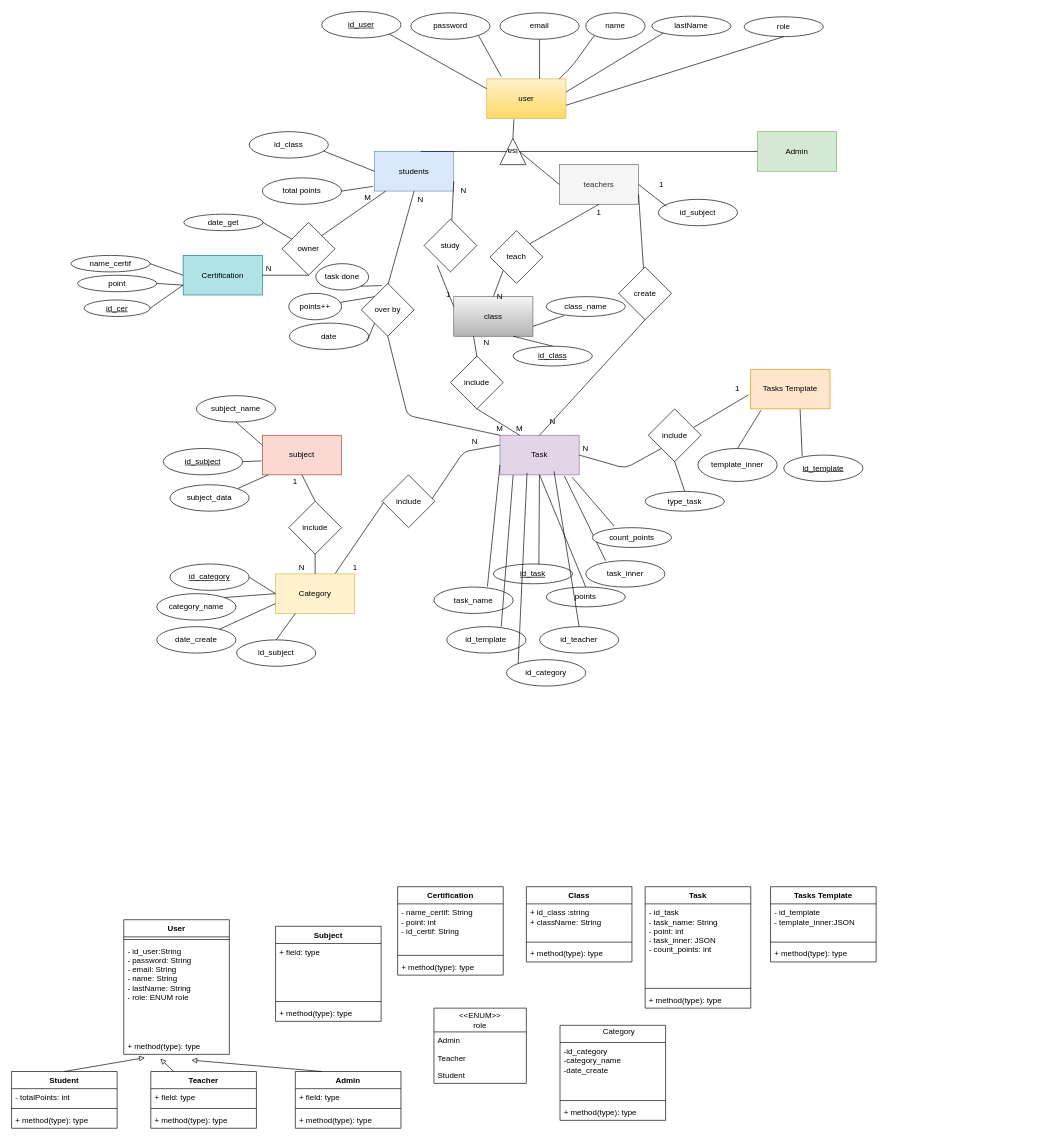
alsousha/projectFinish keeps this draw.io diagram as ERD_Class_diagram.drawio. Above is the earlier version. Source tidied: cells renumbered, new cells numbered last; positions are measured from the earlier drawing's top-left corner, leaving out a move shared by most shapes. Both pictures are drawn from the tidied source at 66%, with x=0, y=0 at pixel (11, 11).
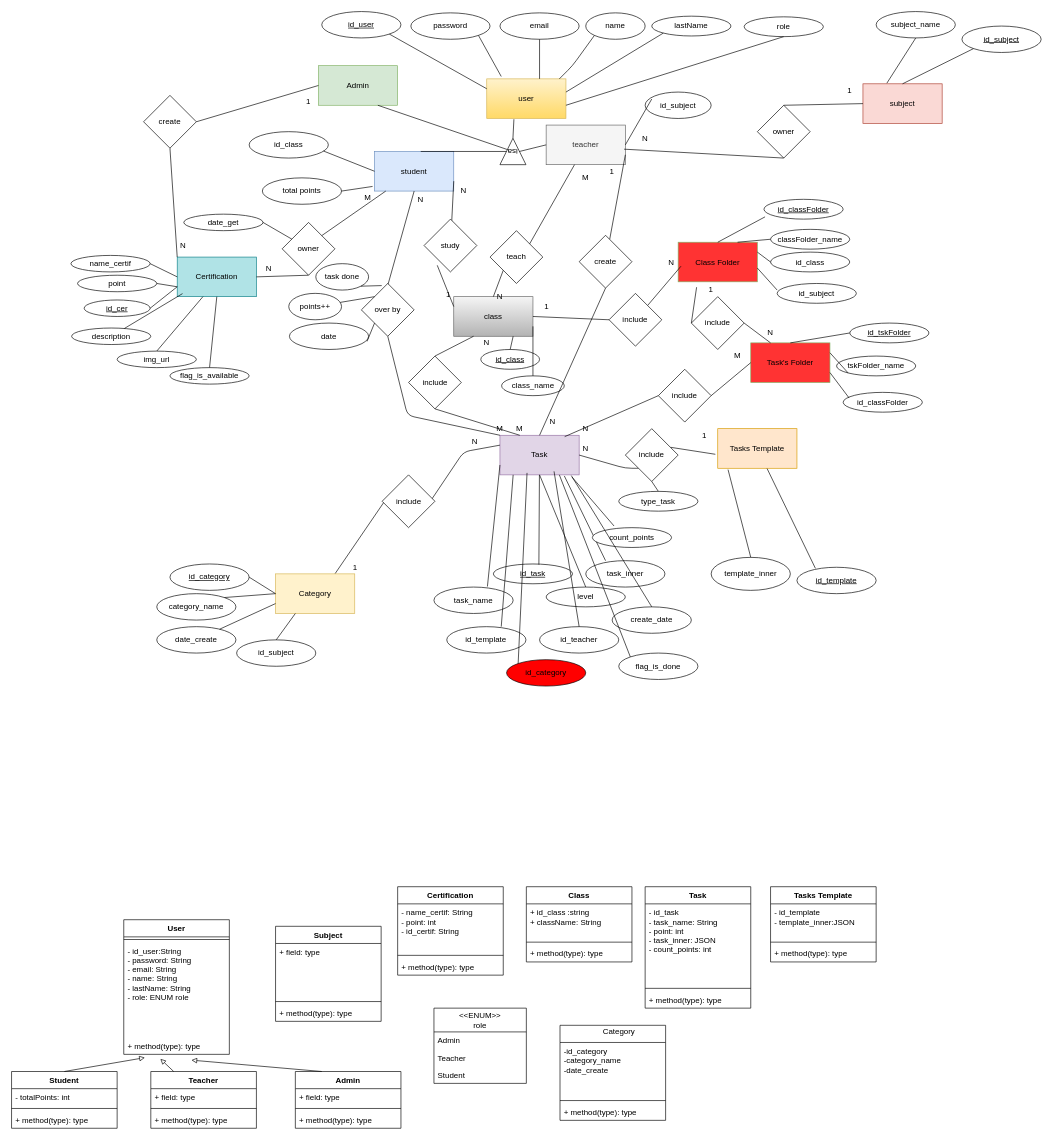
The same page after the edit.

The change refers to these unchanged cells:
```xml
<mxCell id="11" value="isa" style="triangle;whiteSpace=wrap;html=1;rotation=-180;direction=south;" parent="1" vertex="1">
  <mxGeometry x="740" y="192" width="39.4" height="40" as="geometry" />
</mxCell>
<mxCell id="14" value="Task" style="rounded=0;whiteSpace=wrap;html=1;fillColor=#e1d5e7;strokeColor=#9673a6;" parent="1" vertex="1">
  <mxGeometry x="740" y="642" width="120" height="60" as="geometry" />
</mxCell>
<mxCell id="27" value="class" style="rounded=0;whiteSpace=wrap;html=1;gradientColor=#b3b3b3;fillColor=#f5f5f5;strokeColor=#666666;" parent="1" vertex="1">
  <mxGeometry x="670" y="432" width="120" height="60" as="geometry" />
</mxCell>
<mxCell id="64" value="teach" style="rhombus;whiteSpace=wrap;html=1;direction=south;" parent="1" vertex="1">
  <mxGeometry x="725" y="332" width="80" height="80" as="geometry" />
</mxCell>
<mxCell id="148" value="Category" style="rounded=0;whiteSpace=wrap;html=1;fillColor=#fff2cc;strokeColor=#d6b656;" parent="1" vertex="1">
  <mxGeometry x="400" y="852" width="120" height="60" as="geometry" />
</mxCell>
```

What changed in the source:
```diff
@@
-    <mxCell id="2" value="students" style="rounded=0;whiteSpace=wrap;html=1;fillColor=#dae8fc;strokeColor=#6c8ebf;" parent="1" vertex="1">
+    <mxCell id="2" value="student" style="rounded=0;whiteSpace=wrap;html=1;fillColor=#dae8fc;strokeColor=#6c8ebf;" parent="1" vertex="1">
       <mxGeometry x="550" y="212" width="120" height="60" as="geometry" />
     </mxCell>
-    <mxCell id="3" value="teachers" style="rounded=0;whiteSpace=wrap;html=1;fillColor=#f5f5f5;strokeColor=#666666;fontColor=#333333;" parent="1" vertex="1">
-      <mxGeometry x="830" y="232" width="120" height="60" as="geometry" />
+    <mxCell id="3" value="teacher" style="rounded=0;whiteSpace=wrap;html=1;fillColor=#f5f5f5;strokeColor=#666666;fontColor=#333333;" parent="1" vertex="1">
+      <mxGeometry x="810" y="172" width="120" height="60" as="geometry" />
     </mxCell>
@@
     <mxCell id="18" value="Tasks Template" style="rounded=0;whiteSpace=wrap;html=1;fillColor=#ffe6cc;strokeColor=#d79b00;" parent="1" vertex="1">
-      <mxGeometry x="1120" y="542" width="120" height="60" as="geometry" />
+      <mxGeometry x="1070" y="632" width="120" height="60" as="geometry" />
     </mxCell>
     <mxCell id="19" value="id_template" style="ellipse;whiteSpace=wrap;html=1;fontStyle=4;" parent="1" vertex="1">
-      <mxGeometry x="1170" y="672" width="120" height="40" as="geometry" />
+      <mxGeometry x="1190" y="842" width="120" height="40" as="geometry" />
     </mxCell>
     <mxCell id="20" value="template_inner" style="ellipse;whiteSpace=wrap;html=1;" parent="1" vertex="1">
-      <mxGeometry x="1040" y="662" width="120" height="50" as="geometry" />
+      <mxGeometry x="1060" y="827" width="120" height="50" as="geometry" />
     </mxCell>
     <mxCell id="21" value="subject" style="rounded=0;whiteSpace=wrap;html=1;fillColor=#fad9d5;strokeColor=#ae4132;" parent="1" vertex="1">
-      <mxGeometry x="380" y="642" width="120" height="60" as="geometry" />
+      <mxGeometry x="1290" y="109.5" width="120" height="60" as="geometry" />
     </mxCell>
     <mxCell id="22" value="id_subject" style="ellipse;whiteSpace=wrap;html=1;fontStyle=4;" parent="1" vertex="1">
-      <mxGeometry x="230" y="662" width="120" height="40" as="geometry" />
+      <mxGeometry x="1440" y="22" width="120" height="40" as="geometry" />
     </mxCell>
     <mxCell id="23" value="subject_name" style="ellipse;whiteSpace=wrap;html=1;" parent="1" vertex="1">
-      <mxGeometry x="280" y="582" width="120" height="40" as="geometry" />
+      <mxGeometry x="1310" width="120" height="40" as="geometry" />
     </mxCell>
@@
     <mxCell id="25" value="Admin" style="rounded=0;whiteSpace=wrap;html=1;fillColor=#d5e8d4;strokeColor=#82b366;" parent="1" vertex="1">
-      <mxGeometry x="1130" y="182" width="120" height="60" as="geometry" />
+      <mxGeometry x="465" y="82" width="120" height="60" as="geometry" />
     </mxCell>
     <mxCell id="26" value="Certification" style="rounded=0;whiteSpace=wrap;html=1;fillColor=#b0e3e6;strokeColor=#0e8088;" parent="1" vertex="1">
-      <mxGeometry x="260" y="369.5" width="120" height="60" as="geometry" />
+      <mxGeometry x="251" y="372" width="120" height="60" as="geometry" />
     </mxCell>
@@
     <mxCell id="28" value="&lt;u&gt;id_class&lt;/u&gt;" style="ellipse;whiteSpace=wrap;html=1;" parent="1" vertex="1">
-      <mxGeometry x="760" y="507" width="120" height="30" as="geometry" />
+      <mxGeometry x="711" y="512" width="89" height="30" as="geometry" />
     </mxCell>
     <mxCell id="29" value="class_name" style="ellipse;whiteSpace=wrap;html=1;" parent="1" vertex="1">
-      <mxGeometry x="810" y="432" width="120" height="30" as="geometry" />
+      <mxGeometry x="742.5" y="552" width="95" height="30" as="geometry" />
     </mxCell>
     <mxCell id="30" value="type_task" style="ellipse;whiteSpace=wrap;html=1;" parent="1" vertex="1">
-      <mxGeometry x="960" y="727" width="120" height="30" as="geometry" />
+      <mxGeometry x="920" y="727" width="120" height="30" as="geometry" />
     </mxCell>
@@
-    <mxCell id="38" style="endArrow=none;html=1;entryX=0.5;entryY=1;entryDx=0;entryDy=0;exitX=0;exitY=0;exitDx=0;exitDy=0;" parent="1" edge="1" source="64" target="3">
-      <mxGeometry relative="1" as="geometry" />
-    </mxCell>
@@
-    <mxCell id="41" style="endArrow=none;html=1;exitX=1;exitY=0.75;exitDx=0;exitDy=0;entryX=0.229;entryY=0.957;entryDx=0;entryDy=0;entryPerimeter=0;" parent="1" edge="1" source="27" target="29">
+    <mxCell id="41" style="endArrow=none;html=1;exitX=1;exitY=0.75;exitDx=0;exitDy=0;" parent="1" edge="1" source="27" target="29">
       <mxGeometry relative="1" as="geometry" />
     </mxCell>
@@
-    <mxCell id="44" style="endArrow=none;html=1;entryX=0;entryY=0.5;entryDx=0;entryDy=0;" parent="1" edge="1" source="11" target="25">
+    <mxCell id="44" style="endArrow=none;html=1;entryX=0.75;entryY=1;entryDx=0;entryDy=0;" parent="1" edge="1" source="11" target="25">
       <mxGeometry relative="1" as="geometry" />
     </mxCell>
@@
-    <mxCell id="53" style="endArrow=none;html=1;exitX=0.5;exitY=1;exitDx=0;exitDy=0;entryX=0;entryY=0.25;entryDx=0;entryDy=0;" parent="1" edge="1" source="23" target="21">
+    <mxCell id="53" style="endArrow=none;html=1;exitX=0.5;exitY=1;exitDx=0;exitDy=0;entryX=0.302;entryY=-0.016;entryDx=0;entryDy=0;entryPerimeter=0;" parent="1" edge="1" source="23" target="21">
       <mxGeometry relative="1" as="geometry" />
     </mxCell>
-    <mxCell id="54" style="endArrow=none;html=1;entryX=-0.01;entryY=0.647;entryDx=0;entryDy=0;entryPerimeter=0;exitX=1;exitY=0.5;exitDx=0;exitDy=0;" parent="1" edge="1" source="22" target="21">
+    <mxCell id="54" style="endArrow=none;html=1;entryX=0.5;entryY=0;entryDx=0;entryDy=0;exitX=0;exitY=1;exitDx=0;exitDy=0;" parent="1" edge="1" source="22" target="21">
       <mxGeometry relative="1" as="geometry" />
     </mxCell>
@@
-    <mxCell id="59" value="points" style="ellipse;whiteSpace=wrap;html=1;" parent="1" vertex="1">
+    <mxCell id="59" value="level" style="ellipse;whiteSpace=wrap;html=1;" parent="1" vertex="1">
       <mxGeometry x="810" y="872" width="120" height="30" as="geometry" />
     </mxCell>
@@
     <mxCell id="66" value="include" style="rhombus;whiteSpace=wrap;html=1;" parent="1" vertex="1">
-      <mxGeometry x="964.7" y="602" width="80" height="80" as="geometry" />
+      <mxGeometry x="930" y="632" width="80" height="80" as="geometry" />
     </mxCell>
@@
-    <mxCell id="83" value="1" style="text;html=1;strokeColor=none;fillColor=none;align=center;verticalAlign=middle;whiteSpace=wrap;rounded=0;" parent="1" vertex="1">
-      <mxGeometry x="870" y="294.5" width="40" height="20" as="geometry" />
-    </mxCell>
@@
     <mxCell id="87" value="1" style="text;html=1;strokeColor=none;fillColor=none;align=center;verticalAlign=middle;whiteSpace=wrap;rounded=0;" parent="1" vertex="1">
-      <mxGeometry x="1080" y="562" width="40" height="20" as="geometry" />
+      <mxGeometry x="1030" y="632" width="40" height="20" as="geometry" />
     </mxCell>
@@
-    <mxCell id="96" style="endArrow=none;html=1;exitX=1;exitY=0;exitDx=0;exitDy=0;" parent="1" edge="1" source="161">
-      <mxGeometry relative="1" as="geometry">
-        <mxPoint x="389" y="702" as="targetPoint" />
-      </mxGeometry>
-    </mxCell>
@@
     <mxCell id="98" value="create" style="rhombus;whiteSpace=wrap;html=1;" parent="1" vertex="1">
-      <mxGeometry x="920" y="387" width="80" height="80" as="geometry" />
+      <mxGeometry x="860" y="339" width="80" height="80" as="geometry" />
     </mxCell>
@@
     <mxCell id="100" value="1" style="text;html=1;strokeColor=none;fillColor=none;align=center;verticalAlign=middle;whiteSpace=wrap;rounded=0;" parent="1" vertex="1">
-      <mxGeometry x="964.7" y="252" width="40" height="20" as="geometry" />
+      <mxGeometry x="890" y="232" width="40" height="20" as="geometry" />
     </mxCell>
@@
-    <mxCell id="149" value="include" style="rhombus;whiteSpace=wrap;html=1;" parent="1" vertex="1">
-      <mxGeometry x="420" y="742" width="80" height="80" as="geometry" />
+    <mxCell id="149" value="owner" style="rhombus;whiteSpace=wrap;html=1;" parent="1" vertex="1">
+      <mxGeometry x="1130" y="142" width="80" height="80" as="geometry" />
     </mxCell>
     <mxCell id="150" value="1" style="text;html=1;strokeColor=none;fillColor=none;align=center;verticalAlign=middle;whiteSpace=wrap;rounded=0;" parent="1" vertex="1">
-      <mxGeometry x="410" y="702" width="40" height="20" as="geometry" />
+      <mxGeometry x="1250" y="109.5" width="40" height="20" as="geometry" />
     </mxCell>
-    <mxCell id="151" style="endArrow=none;html=1;entryX=0.5;entryY=0;entryDx=0;entryDy=0;exitX=0.5;exitY=1;exitDx=0;exitDy=0;" parent="1" edge="1" source="21" target="149">
+    <mxCell id="151" style="endArrow=none;html=1;entryX=0.5;entryY=0;entryDx=0;entryDy=0;exitX=0;exitY=0.5;exitDx=0;exitDy=0;" parent="1" edge="1" source="21" target="149">
       <mxGeometry relative="1" as="geometry" />
     </mxCell>
-    <mxCell id="152" style="endArrow=none;html=1;entryX=0.5;entryY=0;entryDx=0;entryDy=0;exitX=0.5;exitY=1;exitDx=0;exitDy=0;" parent="1" edge="1" source="149" target="148">
+    <mxCell id="152" style="endArrow=none;html=1;entryX=0.984;entryY=0.609;entryDx=0;entryDy=0;exitX=0.5;exitY=1;exitDx=0;exitDy=0;entryPerimeter=0;" parent="1" edge="1" source="149" target="3">
       <mxGeometry relative="1" as="geometry" />
     </mxCell>
     <mxCell id="153" value="N" style="text;html=1;strokeColor=none;fillColor=none;align=center;verticalAlign=middle;whiteSpace=wrap;rounded=0;" parent="1" vertex="1">
-      <mxGeometry x="420" y="832" width="40" height="20" as="geometry" />
+      <mxGeometry x="940" y="182" width="40" height="20" as="geometry" />
     </mxCell>
     <mxCell id="154" value="include" style="rhombus;whiteSpace=wrap;html=1;" parent="1" vertex="1">
-      <mxGeometry x="665" y="522" width="80" height="80" as="geometry" />
+      <mxGeometry x="601.5" y="522" width="80" height="80" as="geometry" />
     </mxCell>
@@
-    <mxCell id="161" value="subject_data" style="ellipse;whiteSpace=wrap;html=1;" parent="1" vertex="1">
-      <mxGeometry x="240" y="717" width="120" height="40" as="geometry" />
-    </mxCell>
@@
-    <mxCell id="171" value="id_category" style="ellipse;whiteSpace=wrap;html=1;" parent="1" vertex="1">
+    <mxCell id="171" value="id_category" style="ellipse;whiteSpace=wrap;html=1;fillColor=#FF0000;" parent="1" vertex="1">
       <mxGeometry x="750" y="982" width="120" height="40" as="geometry" />
     </mxCell>
@@
     <mxCell id="175" value="id_subject" style="ellipse;whiteSpace=wrap;html=1;" parent="1" vertex="1">
-      <mxGeometry x="980" y="284.5" width="120" height="40" as="geometry" />
+      <mxGeometry x="960" y="122" width="100" height="40" as="geometry" />
     </mxCell>
@@
+    <mxCell id="183" value="Task's Folder" style="rounded=0;whiteSpace=wrap;html=1;fillColor=#FF3333;strokeColor=#82b366;" parent="1" vertex="1">
+      <mxGeometry x="1120" y="502" width="120" height="60" as="geometry" />
+    </mxCell>
+    <mxCell id="184" value="&lt;u&gt;id_tskFolder&lt;/u&gt;" style="ellipse;whiteSpace=wrap;html=1;" parent="1" vertex="1">
+      <mxGeometry x="1270" y="472" width="120" height="30" as="geometry" />
+    </mxCell>
+    <mxCell id="185" value="tskFolder_name" style="ellipse;whiteSpace=wrap;html=1;" parent="1" vertex="1">
+      <mxGeometry x="1250" y="522" width="120" height="30" as="geometry" />
+    </mxCell>
+    <mxCell id="186" value="id_classFolder" style="ellipse;whiteSpace=wrap;html=1;" parent="1" vertex="1">
+      <mxGeometry x="1260" y="577" width="120" height="30" as="geometry" />
+    </mxCell>
+    <mxCell id="187" style="endArrow=none;html=1;entryX=0;entryY=0.5;entryDx=0;entryDy=0;exitX=0.5;exitY=0;exitDx=0;exitDy=0;" parent="1" edge="1" source="183" target="184">
+      <mxGeometry relative="1" as="geometry" />
+    </mxCell>
+    <mxCell id="188" style="endArrow=none;html=1;entryX=0;entryY=1;entryDx=0;entryDy=0;exitX=1;exitY=0.25;exitDx=0;exitDy=0;" parent="1" edge="1" source="183" target="185">
+      <mxGeometry relative="1" as="geometry" />
+    </mxCell>
+    <mxCell id="189" style="endArrow=none;html=1;entryX=0.075;entryY=0.282;entryDx=0;entryDy=0;exitX=1;exitY=0.75;exitDx=0;exitDy=0;entryPerimeter=0;" parent="1" edge="1" source="183" target="186">
+      <mxGeometry relative="1" as="geometry" />
+    </mxCell>
+    <mxCell id="190" style="endArrow=none;html=1;entryX=0;entryY=0.5;entryDx=0;entryDy=0;exitX=1;exitY=0.5;exitDx=0;exitDy=0;" parent="1" edge="1" source="191" target="183">
+      <mxGeometry relative="1" as="geometry" />
+    </mxCell>
+    <mxCell id="191" value="include" style="rhombus;whiteSpace=wrap;html=1;" parent="1" vertex="1">
+      <mxGeometry x="980" y="542" width="80" height="80" as="geometry" />
+    </mxCell>
+    <mxCell id="192" style="endArrow=none;html=1;entryX=0;entryY=0.5;entryDx=0;entryDy=0;exitX=0.817;exitY=0.035;exitDx=0;exitDy=0;exitPerimeter=0;" parent="1" edge="1" source="14" target="191">
+      <mxGeometry relative="1" as="geometry" />
+    </mxCell>
+    <mxCell id="193" value="N" style="text;html=1;strokeColor=none;fillColor=none;align=center;verticalAlign=middle;whiteSpace=wrap;rounded=0;" parent="1" vertex="1">
+      <mxGeometry x="850" y="622" width="40" height="20" as="geometry" />
+    </mxCell>
+    <mxCell id="194" value="M" style="text;html=1;strokeColor=none;fillColor=none;align=center;verticalAlign=middle;whiteSpace=wrap;rounded=0;" parent="1" vertex="1">
+      <mxGeometry x="1080" y="512" width="40" height="20" as="geometry" />
+    </mxCell>
+    <mxCell id="195" value="Class Folder" style="rounded=0;whiteSpace=wrap;html=1;fillColor=#FF3333;strokeColor=#82b366;" parent="1" vertex="1">
+      <mxGeometry x="1010" y="349.5" width="120" height="60" as="geometry" />
+    </mxCell>
+    <mxCell id="196" value="&lt;u&gt;id_classFolder&lt;/u&gt;" style="ellipse;whiteSpace=wrap;html=1;" parent="1" vertex="1">
+      <mxGeometry x="1140" y="284.5" width="120" height="30" as="geometry" />
+    </mxCell>
+    <mxCell id="197" value="classFolder_name" style="ellipse;whiteSpace=wrap;html=1;" parent="1" vertex="1">
+      <mxGeometry x="1150" y="330" width="120" height="30" as="geometry" />
+    </mxCell>
+    <mxCell id="198" value="id_class" style="ellipse;whiteSpace=wrap;html=1;" parent="1" vertex="1">
+      <mxGeometry x="1150" y="364.5" width="120" height="30" as="geometry" />
+    </mxCell>
+    <mxCell id="199" style="endArrow=none;html=1;entryX=0.014;entryY=0.885;entryDx=0;entryDy=0;exitX=0.5;exitY=0;exitDx=0;exitDy=0;entryPerimeter=0;" parent="1" edge="1" source="195" target="196">
+      <mxGeometry relative="1" as="geometry" />
+    </mxCell>
+    <mxCell id="200" style="endArrow=none;html=1;entryX=0;entryY=0.5;entryDx=0;entryDy=0;exitX=0.75;exitY=0;exitDx=0;exitDy=0;" parent="1" edge="1" source="195" target="197">
+      <mxGeometry relative="1" as="geometry" />
+    </mxCell>
+    <mxCell id="201" style="endArrow=none;html=1;entryX=0;entryY=0.5;entryDx=0;entryDy=0;exitX=1;exitY=0.25;exitDx=0;exitDy=0;" parent="1" edge="1" source="195" target="198">
+      <mxGeometry relative="1" as="geometry" />
+    </mxCell>
+    <mxCell id="202" style="endArrow=none;html=1;entryX=0.25;entryY=0;entryDx=0;entryDy=0;exitX=1;exitY=0.5;exitDx=0;exitDy=0;" parent="1" edge="1" source="203" target="183">
+      <mxGeometry relative="1" as="geometry" />
+    </mxCell>
+    <mxCell id="203" value="include" style="rhombus;whiteSpace=wrap;html=1;" parent="1" vertex="1">
+      <mxGeometry x="1030" y="432" width="80" height="80" as="geometry" />
+    </mxCell>
+    <mxCell id="204" style="endArrow=none;html=1;entryX=0;entryY=0.5;entryDx=0;entryDy=0;exitX=0.233;exitY=1.136;exitDx=0;exitDy=0;exitPerimeter=0;" parent="1" edge="1" source="195" target="203">
+      <mxGeometry relative="1" as="geometry" />
+    </mxCell>
+    <mxCell id="205" value="create_date" style="ellipse;whiteSpace=wrap;html=1;" parent="1" vertex="1">
+      <mxGeometry x="910" y="902" width="120" height="40" as="geometry" />
+    </mxCell>
+    <mxCell id="206" style="endArrow=none;html=1;entryX=0.901;entryY=1.018;entryDx=0;entryDy=0;exitX=0.5;exitY=0;exitDx=0;exitDy=0;entryPerimeter=0;" parent="1" edge="1" source="205" target="14">
+      <mxGeometry relative="1" as="geometry" />
+    </mxCell>
+    <mxCell id="207" style="endArrow=none;html=1;entryX=0.036;entryY=0.605;entryDx=0;entryDy=0;entryPerimeter=0;" parent="1" edge="1" source="208" target="195">
+      <mxGeometry relative="1" as="geometry" />
+    </mxCell>
+    <mxCell id="208" value="include" style="rhombus;whiteSpace=wrap;html=1;" parent="1" vertex="1">
+      <mxGeometry x="905.3" y="427" width="80" height="80" as="geometry" />
+    </mxCell>
+    <mxCell id="209" style="endArrow=none;html=1;entryX=0;entryY=0.5;entryDx=0;entryDy=0;exitX=1;exitY=0.5;exitDx=0;exitDy=0;" parent="1" edge="1" source="27" target="208">
+      <mxGeometry relative="1" as="geometry" />
+    </mxCell>
+    <mxCell id="210" value="N" style="text;html=1;strokeColor=none;fillColor=none;align=center;verticalAlign=middle;whiteSpace=wrap;rounded=0;" parent="1" vertex="1">
+      <mxGeometry x="980" y="369.5" width="40" height="20" as="geometry" />
+    </mxCell>
+    <mxCell id="211" value="1" style="text;html=1;strokeColor=none;fillColor=none;align=center;verticalAlign=middle;whiteSpace=wrap;rounded=0;" parent="1" vertex="1">
+      <mxGeometry x="791" y="437" width="40" height="20" as="geometry" />
+    </mxCell>
+    <mxCell id="212" value="1" style="text;html=1;strokeColor=none;fillColor=none;align=center;verticalAlign=middle;whiteSpace=wrap;rounded=0;" parent="1" vertex="1">
+      <mxGeometry x="1040" y="412" width="40" height="20" as="geometry" />
+    </mxCell>
+    <mxCell id="213" value="N" style="text;html=1;strokeColor=none;fillColor=none;align=center;verticalAlign=middle;whiteSpace=wrap;rounded=0;" parent="1" vertex="1">
+      <mxGeometry x="1130" y="477" width="40" height="20" as="geometry" />
+    </mxCell>
+    <mxCell id="214" value="flag_is_done" style="ellipse;whiteSpace=wrap;html=1;" parent="1" vertex="1">
+      <mxGeometry x="920" y="972" width="120" height="40" as="geometry" />
+    </mxCell>
+    <mxCell id="215" style="endArrow=none;html=1;entryX=0.75;entryY=1;entryDx=0;entryDy=0;exitX=0;exitY=0;exitDx=0;exitDy=0;" parent="1" edge="1" source="214" target="14">
+      <mxGeometry relative="1" as="geometry" />
+    </mxCell>
+    <mxCell id="83" value="M" style="text;html=1;strokeColor=none;fillColor=none;align=center;verticalAlign=middle;whiteSpace=wrap;rounded=0;" parent="1" vertex="1">
+      <mxGeometry x="850" y="242" width="40" height="20" as="geometry" />
+    </mxCell>
+    <mxCell id="38" style="endArrow=none;html=1;exitX=0;exitY=0;exitDx=0;exitDy=0;" parent="1" edge="1" source="64" target="3">
+      <mxGeometry relative="1" as="geometry" />
+    </mxCell>
+    <mxCell id="216" value="id_subject" style="ellipse;whiteSpace=wrap;html=1;" parent="1" vertex="1">
+      <mxGeometry x="1160" y="412" width="120" height="30" as="geometry" />
+    </mxCell>
+    <mxCell id="217" style="endArrow=none;html=1;exitX=0.999;exitY=0.651;exitDx=0;exitDy=0;exitPerimeter=0;" parent="1" edge="1" source="195">
+      <mxGeometry relative="1" as="geometry">
+        <mxPoint x="1160" y="422" as="targetPoint" />
+      </mxGeometry>
+    </mxCell>
+    <mxCell id="218" value="description" style="ellipse;whiteSpace=wrap;html=1;" parent="1" vertex="1">
+      <mxGeometry x="91" y="479.5" width="120" height="25" as="geometry" />
+    </mxCell>
+    <mxCell id="219" style="endArrow=none;html=1;entryX=0.067;entryY=0.923;entryDx=0;entryDy=0;entryPerimeter=0;" parent="1" edge="1" source="218" target="26">
+      <mxGeometry relative="1" as="geometry" />
+    </mxCell>
+    <mxCell id="220" style="endArrow=none;html=1;entryX=0.325;entryY=0.999;entryDx=0;entryDy=0;exitX=0.5;exitY=0;exitDx=0;exitDy=0;entryPerimeter=0;" parent="1" edge="1" source="221" target="26">
+      <mxGeometry relative="1" as="geometry" />
+    </mxCell>
+    <mxCell id="221" value="img_url" style="ellipse;whiteSpace=wrap;html=1;" parent="1" vertex="1">
+      <mxGeometry x="160" y="514.5" width="120" height="25" as="geometry" />
+    </mxCell>
+    <mxCell id="222" value="create" style="rhombus;whiteSpace=wrap;html=1;" parent="1" vertex="1">
+      <mxGeometry x="200" y="127" width="80" height="80" as="geometry" />
+    </mxCell>
+    <mxCell id="223" style="endArrow=none;html=1;exitX=1;exitY=0.5;exitDx=0;exitDy=0;entryX=0;entryY=0.5;entryDx=0;entryDy=0;" parent="1" edge="1" source="222" target="25">
+      <mxGeometry relative="1" as="geometry" />
+    </mxCell>
+    <mxCell id="224" style="endArrow=none;html=1;exitX=0;exitY=0;exitDx=0;exitDy=0;entryX=0.5;entryY=1;entryDx=0;entryDy=0;" parent="1" edge="1" source="26" target="222">
+      <mxGeometry relative="1" as="geometry" />
+    </mxCell>
+    <mxCell id="225" value="1" style="text;html=1;strokeColor=none;fillColor=none;align=center;verticalAlign=middle;whiteSpace=wrap;rounded=0;" parent="1" vertex="1">
+      <mxGeometry x="430" y="127" width="40" height="20" as="geometry" />
+    </mxCell>
+    <mxCell id="226" value="N" style="text;html=1;strokeColor=none;fillColor=none;align=center;verticalAlign=middle;whiteSpace=wrap;rounded=0;" parent="1" vertex="1">
+      <mxGeometry x="240" y="344.5" width="40" height="20" as="geometry" />
+    </mxCell>
+    <mxCell id="227" value="flag_is_available" style="ellipse;whiteSpace=wrap;html=1;" parent="1" vertex="1">
+      <mxGeometry x="240" y="539.5" width="120" height="25" as="geometry" />
+    </mxCell>
+    <mxCell id="228" style="endArrow=none;html=1;entryX=0.5;entryY=1;entryDx=0;entryDy=0;exitX=0.5;exitY=0;exitDx=0;exitDy=0;" parent="1" edge="1" source="227" target="26">
+      <mxGeometry relative="1" as="geometry" />
+    </mxCell>
```
